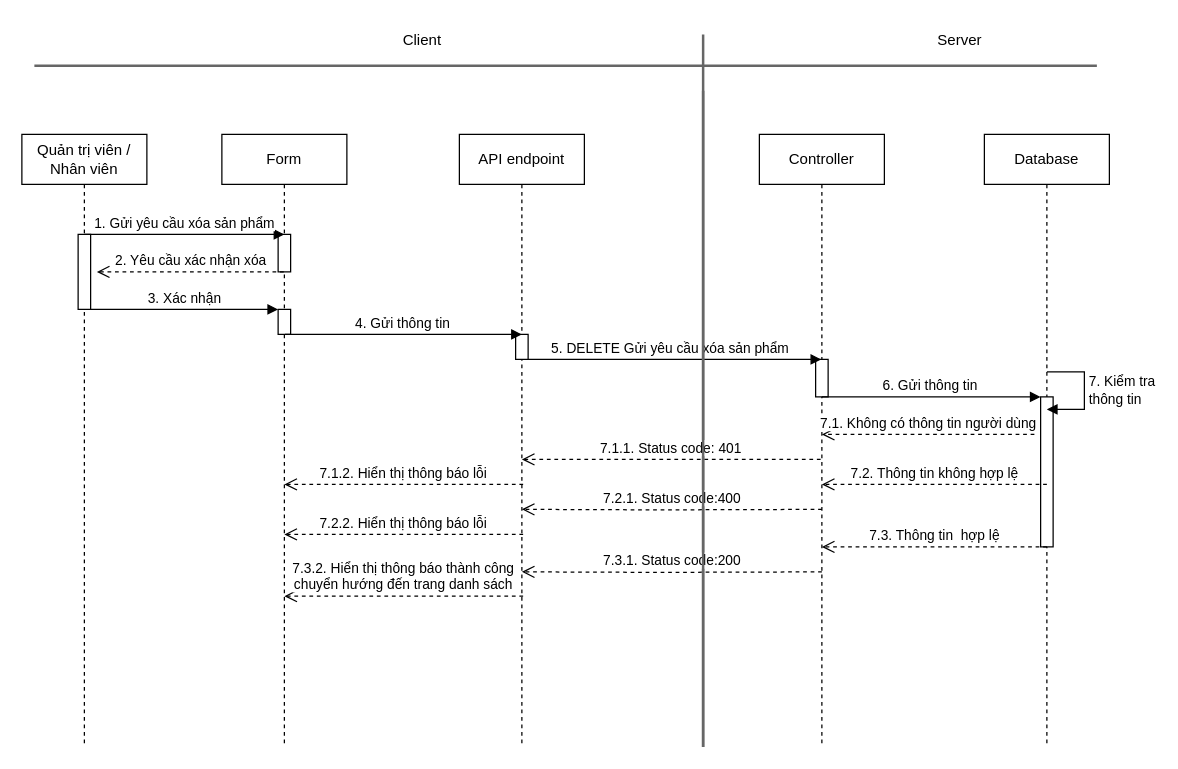
The draw.io diagram page "Page-4" (4 of 5) of SD/SD_QUANLYSANPHAM.drawio in hieuNV0871/da, before the edit. Source tidied: cells renumbered, new cells numbered last; positions are measured from the earlier drawing's top-left corner, leaving out a move shared by most shapes. Both pictures are drawn from the tidied source at 125%, with x=0, y=0 at pixel (21, 21).
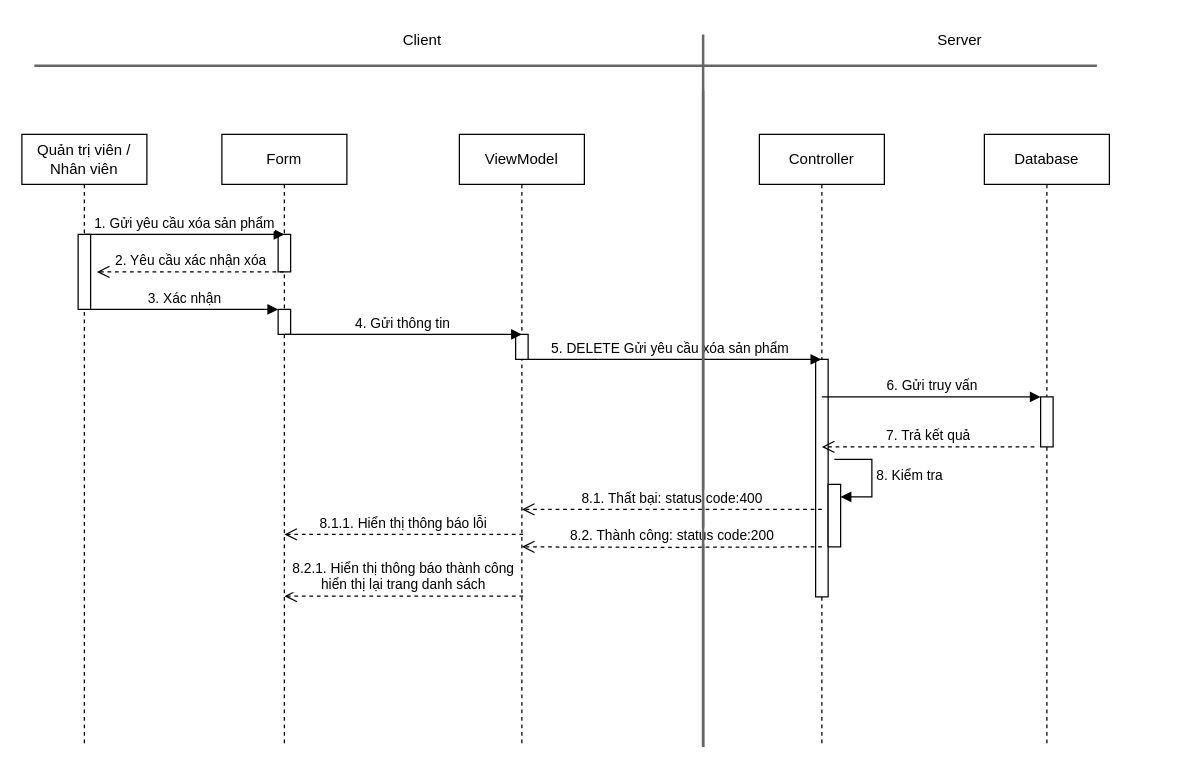
The same diagram, later.

Unchanged cells that the change refers to:
```xml
<mxCell id="7" value="Controller" style="shape=umlLifeline;perimeter=lifelinePerimeter;whiteSpace=wrap;html=1;outlineConnect=0;portConstraint=eastwest;newEdgeStyle={&quot;curved&quot;:0,&quot;rounded&quot;:0};" parent="1" vertex="1">
  <mxGeometry x="590" y="90" width="100" height="490" as="geometry" />
</mxCell>
<mxCell id="13" value="Database" style="shape=umlLifeline;perimeter=lifelinePerimeter;whiteSpace=wrap;html=1;newEdgeStyle={&quot;curved&quot;:0,&quot;rounded&quot;:0};" parent="1" vertex="1">
  <mxGeometry x="770" y="90" width="100" height="490" as="geometry" />
</mxCell>
```

Change to the diagram source:
```diff
@@
     <mxCell id="8" style="html=1;perimeter=orthogonalPerimeter;targetShapes=umlLifeline;newEdgeStyle={&quot;curved&quot;:0,&quot;rounded&quot;:0};" parent="7" vertex="1">
-      <mxGeometry x="45" y="180" width="10" height="30" as="geometry" />
+      <mxGeometry x="45" y="180" width="10" height="190" as="geometry" />
     </mxCell>
+    <mxCell id="34" style="html=1;points=[[0,0,0,0,5],[0,1,0,0,-5],[1,0,0,0,5],[1,1,0,0,-5]];perimeter=orthogonalPerimeter;outlineConnect=0;targetShapes=umlLifeline;portConstraint=eastwest;newEdgeStyle={&quot;curved&quot;:0,&quot;rounded&quot;:0};" parent="7" vertex="1">
+      <mxGeometry x="55" y="280" width="10" height="50" as="geometry" />
+    </mxCell>
+    <mxCell id="35" value="8. Kiểm tra&amp;nbsp;" style="html=1;align=left;spacingLeft=2;endArrow=block;rounded=0;edgeStyle=orthogonalEdgeStyle;curved=0;rounded=0;" parent="7" edge="1" target="34">
+      <mxGeometry relative="1" as="geometry">
+        <mxPoint x="60" y="260" as="sourcePoint" />
+        <Array as="points">
+          <mxPoint x="90" y="290" />
+        </Array>
+      </mxGeometry>
+    </mxCell>
@@
     <mxCell id="14" style="html=1;points=[[0,0,0,0,5],[0,1,0,0,-5],[1,0,0,0,5],[1,1,0,0,-5]];perimeter=orthogonalPerimeter;outlineConnect=0;targetShapes=umlLifeline;portConstraint=eastwest;newEdgeStyle={&quot;curved&quot;:0,&quot;rounded&quot;:0};" parent="13" vertex="1">
-      <mxGeometry x="45" y="210" width="10" height="120" as="geometry" />
+      <mxGeometry x="45" y="210" width="10" height="40" as="geometry" />
     </mxCell>
@@
-    <mxCell id="19" value="API endpoint" style="shape=umlLifeline;perimeter=lifelinePerimeter;whiteSpace=wrap;html=1;newEdgeStyle={&quot;curved&quot;:0,&quot;rounded&quot;:0};" parent="1" vertex="1">
+    <mxCell id="19" value="ViewModel" style="shape=umlLifeline;perimeter=lifelinePerimeter;whiteSpace=wrap;html=1;newEdgeStyle={&quot;curved&quot;:0,&quot;rounded&quot;:0};" parent="1" vertex="1">
       <mxGeometry x="350" y="90" width="100" height="490" as="geometry" />
     </mxCell>
@@
-    <mxCell id="22" value="7. Kiểm tra &lt;br&gt;thông tin" style="html=1;align=left;spacingLeft=2;endArrow=block;rounded=0;edgeStyle=orthogonalEdgeStyle;curved=0;rounded=0;" parent="1" edge="1">
-      <mxGeometry relative="1" as="geometry">
-        <mxPoint x="820" y="280" as="sourcePoint" />
-        <mxPoint x="820" y="310" as="targetPoint" />
-        <Array as="points">
-          <mxPoint x="850" y="310" />
-        </Array>
-      </mxGeometry>
-    </mxCell>
-    <mxCell id="23" value="6. Gửi thông tin&amp;nbsp;" style="html=1;verticalAlign=bottom;endArrow=block;curved=0;rounded=0;" parent="1" edge="1" target="14">
+    <mxCell id="23" value="6. Gửi truy vấn" style="html=1;verticalAlign=bottom;endArrow=block;curved=0;rounded=0;" parent="1" edge="1" target="14">
       <mxGeometry relative="1" as="geometry">
         <mxPoint x="640" y="300" as="sourcePoint" />
       </mxGeometry>
     </mxCell>
-    <mxCell id="24" value="7.1. Không có thông tin người dùng" style="html=1;verticalAlign=bottom;endArrow=open;dashed=1;endSize=8;curved=0;rounded=0;" parent="1" edge="1">
+    <mxCell id="24" value="7. Trả kết quả" style="html=1;verticalAlign=bottom;endArrow=open;dashed=1;endSize=8;curved=0;rounded=0;" parent="1" edge="1">
       <mxGeometry relative="1" as="geometry">
-        <mxPoint x="810" y="330" as="sourcePoint" />
-        <mxPoint x="640" y="330" as="targetPoint" />
+        <mxPoint x="810" y="340" as="sourcePoint" />
+        <mxPoint x="640" y="340" as="targetPoint" />
         <Array as="points">
-          <mxPoint x="675.5" y="330" />
+          <mxPoint x="675.5" y="340" />
         </Array>
       </mxGeometry>
     </mxCell>
-    <mxCell id="25" value="7.2. Thông tin không hợp lệ" style="html=1;verticalAlign=bottom;endArrow=open;dashed=1;endSize=8;curved=0;rounded=0;" parent="1" edge="1">
-      <mxGeometry relative="1" as="geometry">
-        <mxPoint x="820" y="370" as="sourcePoint" />
-        <mxPoint x="640" y="370" as="targetPoint" />
-      </mxGeometry>
-    </mxCell>
-    <mxCell id="26" value="7.1.1. Status code: 401" style="html=1;verticalAlign=bottom;endArrow=open;dashed=1;endSize=8;curved=0;rounded=0;" parent="1" edge="1">
-      <mxGeometry relative="1" as="geometry">
-        <mxPoint x="639" y="350" as="sourcePoint" />
-        <mxPoint x="400" y="350" as="targetPoint" />
-        <Array as="points">
-          <mxPoint x="500.5" y="350" />
-        </Array>
-      </mxGeometry>
-    </mxCell>
-    <mxCell id="27" value="7.2.1. Status code:400" style="html=1;verticalAlign=bottom;endArrow=open;dashed=1;endSize=8;curved=0;rounded=0;" parent="1" edge="1">
+    <mxCell id="27" value="8.1. Thất bại: status code:400" style="html=1;verticalAlign=bottom;endArrow=open;dashed=1;endSize=8;curved=0;rounded=0;" parent="1" edge="1">
       <mxGeometry relative="1" as="geometry">
         <mxPoint x="640" y="390" as="sourcePoint" />
         <mxPoint x="400" y="390" as="targetPoint" />
-        <Array as="points">
-          <mxPoint x="510.5" y="390.4" />
-        </Array>
       </mxGeometry>
     </mxCell>
-    <mxCell id="28" value="7.1.2. Hiển thị thông báo lỗi" style="html=1;verticalAlign=bottom;endArrow=open;dashed=1;endSize=8;curved=0;rounded=0;" parent="1" edge="1">
-      <mxGeometry relative="1" as="geometry">
-        <mxPoint x="401" y="370" as="sourcePoint" />
-        <mxPoint x="210" y="370" as="targetPoint" />
-      </mxGeometry>
-    </mxCell>
-    <mxCell id="29" value="7.3. Thông tin&amp;nbsp; hợp lệ" style="html=1;verticalAlign=bottom;endArrow=open;dashed=1;endSize=8;curved=0;rounded=0;" parent="1" edge="1">
-      <mxGeometry relative="1" as="geometry">
-        <mxPoint x="820" y="420" as="sourcePoint" />
-        <mxPoint x="640" y="420" as="targetPoint" />
-      </mxGeometry>
-    </mxCell>
-    <mxCell id="30" value="7.3.1. Status code:200" style="html=1;verticalAlign=bottom;endArrow=open;dashed=1;endSize=8;curved=0;rounded=0;" parent="1" edge="1">
+    <mxCell id="30" value="8.2. Thành công: status code:200" style="html=1;verticalAlign=bottom;endArrow=open;dashed=1;endSize=8;curved=0;rounded=0;" parent="1" edge="1">
       <mxGeometry relative="1" as="geometry">
-        <mxPoint x="640" y="440" as="sourcePoint" />
-        <mxPoint x="400" y="440" as="targetPoint" />
+        <mxPoint x="640" y="420" as="sourcePoint" />
+        <mxPoint x="400" y="420" as="targetPoint" />
         <Array as="points">
-          <mxPoint x="510.5" y="440.4" />
+          <mxPoint x="510.5" y="420.4" />
         </Array>
       </mxGeometry>
     </mxCell>
@@
-    <mxCell id="32" value="7.2.2. Hiển thị thông báo lỗi" style="html=1;verticalAlign=bottom;endArrow=open;dashed=1;endSize=8;curved=0;rounded=0;" parent="1" edge="1">
+    <mxCell id="32" value="8.1.1. Hiển thị thông báo lỗi" style="html=1;verticalAlign=bottom;endArrow=open;dashed=1;endSize=8;curved=0;rounded=0;" parent="1" edge="1">
       <mxGeometry relative="1" as="geometry">
         <mxPoint x="401" y="410" as="sourcePoint" />
         <mxPoint x="210" y="410" as="targetPoint" />
       </mxGeometry>
     </mxCell>
-    <mxCell id="33" value="7.3.2. Hiển thị thông báo thành công&lt;br&gt;chuyển hướng đến trang danh sách" style="html=1;verticalAlign=bottom;endArrow=open;dashed=1;endSize=8;curved=0;rounded=0;" parent="1" edge="1">
+    <mxCell id="33" value="8.2.1. Hiển thị thông báo thành công&lt;br&gt;hiển thị lại trang danh sách" style="html=1;verticalAlign=bottom;endArrow=open;dashed=1;endSize=8;curved=0;rounded=0;" parent="1" edge="1">
       <mxGeometry relative="1" as="geometry">
         <mxPoint x="401" y="459.4" as="sourcePoint" />
         <mxPoint x="210" y="459.4" as="targetPoint" />
       </mxGeometry>
     </mxCell>
```
